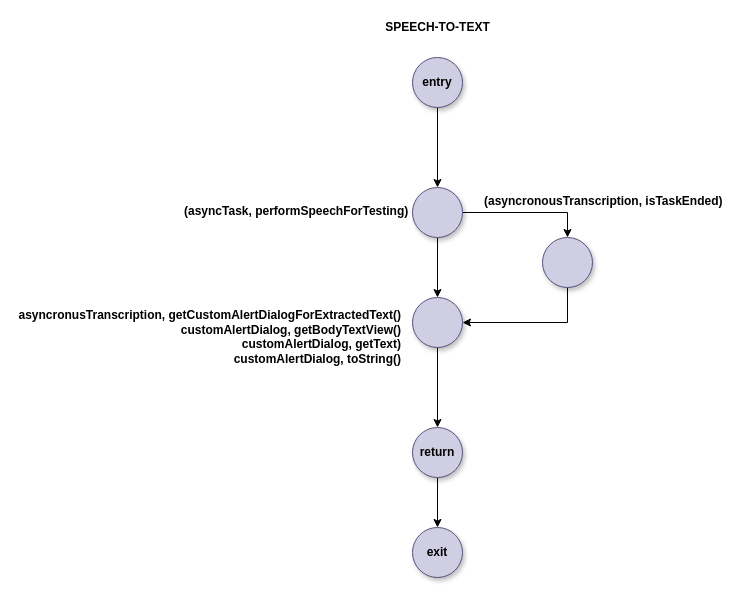
The draw.io diagram page "SPEECH-TO-TEXT" (2 of 3) of documentation/INTEGRATION TESTING.drawio in dkim0419/SoundRecorder, before the edit. Source tidied: cells renumbered, new cells numbered last; positions are measured from the earlier drawing's top-left corner, leaving out a move shared by most shapes. Both pictures are drawn from the tidied source at 100%, with x=0, y=0 at pixel (182, 17).
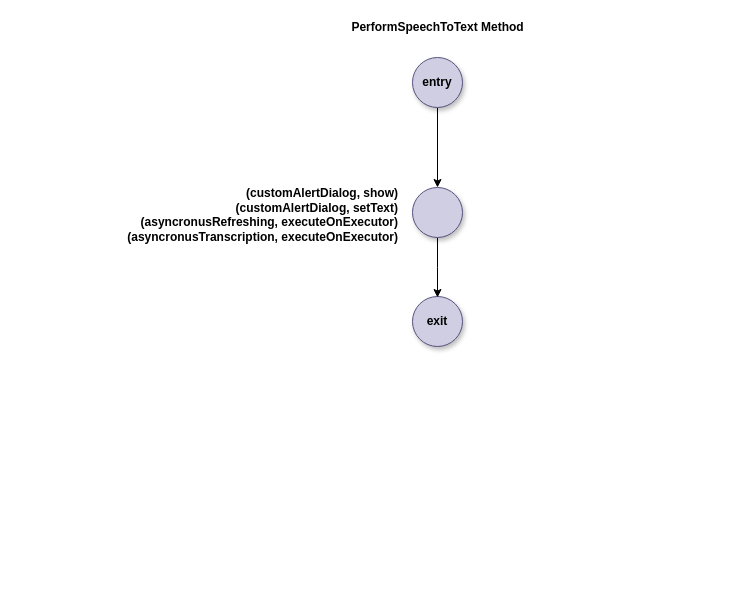
The same diagram, later.

Unchanged cells that the change refers to:
```xml
<mxCell id="13" style="ellipse;whiteSpace=wrap;html=1;rounded=1;shadow=1;glass=0;fillColor=#d0cee2;strokeColor=#56517e;fontStyle=1;" parent="1" vertex="1">
  <mxGeometry x="230" y="170" width="50" height="50" as="geometry" />
</mxCell>
```

Change to the diagram source:
```diff
@@
-    <mxCell id="4" style="edgeStyle=orthogonalEdgeStyle;rounded=0;jettySize=auto;html=1;" parent="1" edge="1" source="5" target="7">
-      <mxGeometry relative="1" as="geometry" />
-    </mxCell>
-    <mxCell id="5" style="ellipse;whiteSpace=wrap;html=1;rounded=1;shadow=1;glass=0;fillColor=#d0cee2;strokeColor=#56517e;fontStyle=1;" parent="1" vertex="1">
-      <mxGeometry x="230" y="280" width="50" height="50" as="geometry" />
-    </mxCell>
-    <mxCell id="6" style="edgeStyle=orthogonalEdgeStyle;rounded=0;jettySize=auto;html=1;" parent="1" edge="1" source="7" target="8">
-      <mxGeometry relative="1" as="geometry" />
-    </mxCell>
-    <mxCell id="7" value="return" style="ellipse;whiteSpace=wrap;html=1;rounded=1;shadow=1;glass=0;fillColor=#d0cee2;strokeColor=#56517e;fontStyle=1;" parent="1" vertex="1">
-      <mxGeometry x="230" y="410" width="50" height="50" as="geometry" />
-    </mxCell>
     <mxCell id="8" value="exit" style="ellipse;whiteSpace=wrap;html=1;rounded=1;shadow=1;glass=0;fillColor=#d0cee2;strokeColor=#56517e;fontStyle=1;" parent="1" vertex="1">
-      <mxGeometry x="230" y="510" width="50" height="50" as="geometry" />
+      <mxGeometry x="230" y="279" width="50" height="50" as="geometry" />
     </mxCell>
-    <mxCell id="9" value="SPEECH-TO-TEXT" style="text;html=1;align=center;verticalAlign=middle;fontStyle=1;" parent="1" vertex="1">
-      <mxGeometry x="195" width="120" height="20" as="geometry" />
+    <mxCell id="9" value="PerformSpeechToText Method" style="text;html=1;align=center;verticalAlign=middle;fontStyle=1;" parent="1" vertex="1">
+      <mxGeometry x="164" y="1" width="182" height="18" as="geometry" />
     </mxCell>
-    <mxCell id="10" value="&lt;br&gt;asyncronusTranscription, getCustomAlertDialogForExtractedText()&lt;br&gt;customAlertDialog,&amp;nbsp;getBodyTextView()&lt;br&gt;customAlertDialog,&amp;nbsp;getText)&lt;br&gt;customAlertDialog, toString()&lt;br&gt;" style="text;html=1;fontStyle=1;align=right;" parent="1" vertex="1">
-      <mxGeometry x="10" y="270" width="210" height="30" as="geometry" />
+    <mxCell id="10" value="&lt;br&gt;(customAlertDialog,&amp;nbsp;show)&lt;br&gt;(customAlertDialog, setText)&lt;br&gt;(asyncronusRefreshing, executeOnExecutor)&lt;br&gt;(asyncronusTranscription, executeOnExecutor)" style="text;html=1;fontStyle=1;align=right;" parent="1" vertex="1">
+      <mxGeometry x="7" y="148" width="210" height="30" as="geometry" />
     </mxCell>
-    <mxCell id="11" style="edgeStyle=orthogonalEdgeStyle;rounded=0;jettySize=auto;html=1;" parent="1" edge="1" source="13" target="5">
-      <mxGeometry relative="1" as="geometry" />
+    <mxCell id="11" style="edgeStyle=orthogonalEdgeStyle;rounded=0;jettySize=auto;html=1;" parent="1" edge="1" source="13">
+      <mxGeometry relative="1" as="geometry">
+        <mxPoint x="255" y="280" as="targetPoint" />
+      </mxGeometry>
     </mxCell>
-    <mxCell id="12" style="edgeStyle=orthogonalEdgeStyle;rounded=0;jettySize=auto;html=1;" parent="1" edge="1" source="13" target="15">
-      <mxGeometry relative="1" as="geometry">
-        <Array as="points">
-          <mxPoint x="385" y="195" />
-        </Array>
-      </mxGeometry>
-    </mxCell>
@@
-    <mxCell id="14" style="edgeStyle=orthogonalEdgeStyle;rounded=0;jettySize=auto;html=1;" parent="1" edge="1" source="15" target="5">
-      <mxGeometry relative="1" as="geometry">
-        <Array as="points">
-          <mxPoint x="385" y="305" />
-        </Array>
-      </mxGeometry>
-    </mxCell>
-    <mxCell id="15" style="ellipse;whiteSpace=wrap;html=1;rounded=1;shadow=1;glass=0;fillColor=#d0cee2;strokeColor=#56517e;fontStyle=1;" parent="1" vertex="1">
-      <mxGeometry x="360" y="220" width="50" height="50" as="geometry" />
-    </mxCell>
-    <mxCell id="16" value="(asyncTask, performSpeechForTesting)&lt;br&gt;" style="text;html=1;fontStyle=1;" parent="1" vertex="1">
-      <mxGeometry y="180" width="210" height="30" as="geometry" />
-    </mxCell>
-    <mxCell id="17" value="&lt;b&gt;(asyncronousTranscription, isTaskEnded)&lt;/b&gt;" style="text;html=1;" parent="1" vertex="1">
-      <mxGeometry x="300" y="170" width="250" height="30" as="geometry" />
-    </mxCell>
+    <mxCell id="18" style="edgeStyle=orthogonalEdgeStyle;rounded=0;orthogonalLoop=1;jettySize=auto;html=1;" parent="1" edge="1">
+      <mxGeometry relative="1" as="geometry">
+        <mxPoint x="385" y="140" as="targetPoint" />
+      </mxGeometry>
+    </mxCell>
```
